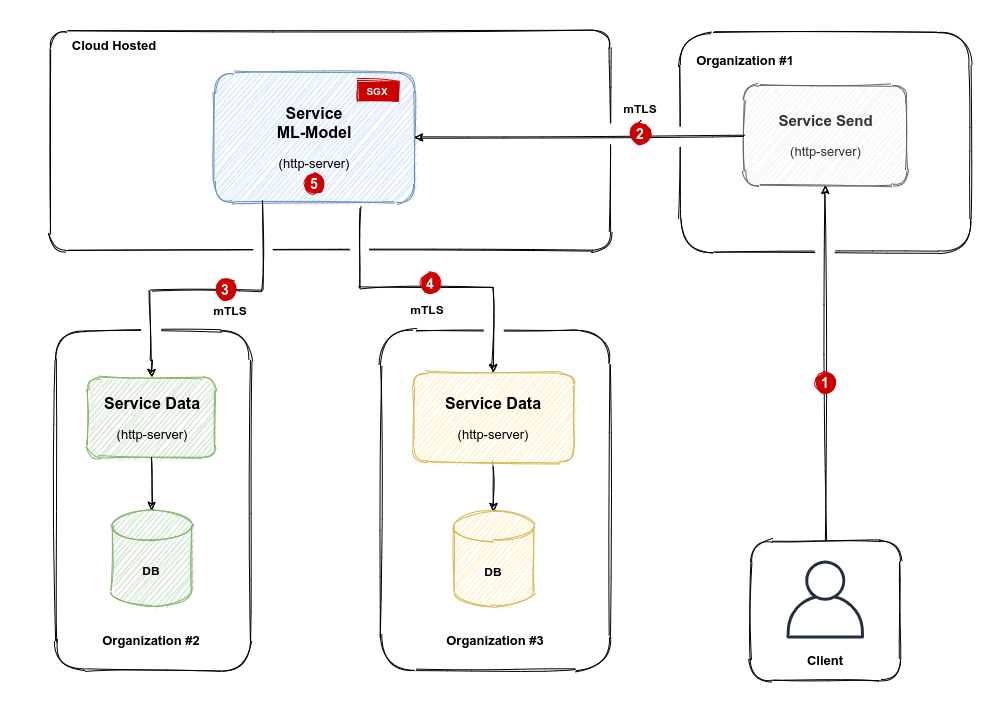
Above: img/Diagram.png in mirecl/sgxdemo (draw.io), before the change. Source tidied: cells renumbered, new cells last; positions are measured from the earlier drawing's top-left corner, leaving out a move shared by most shapes.
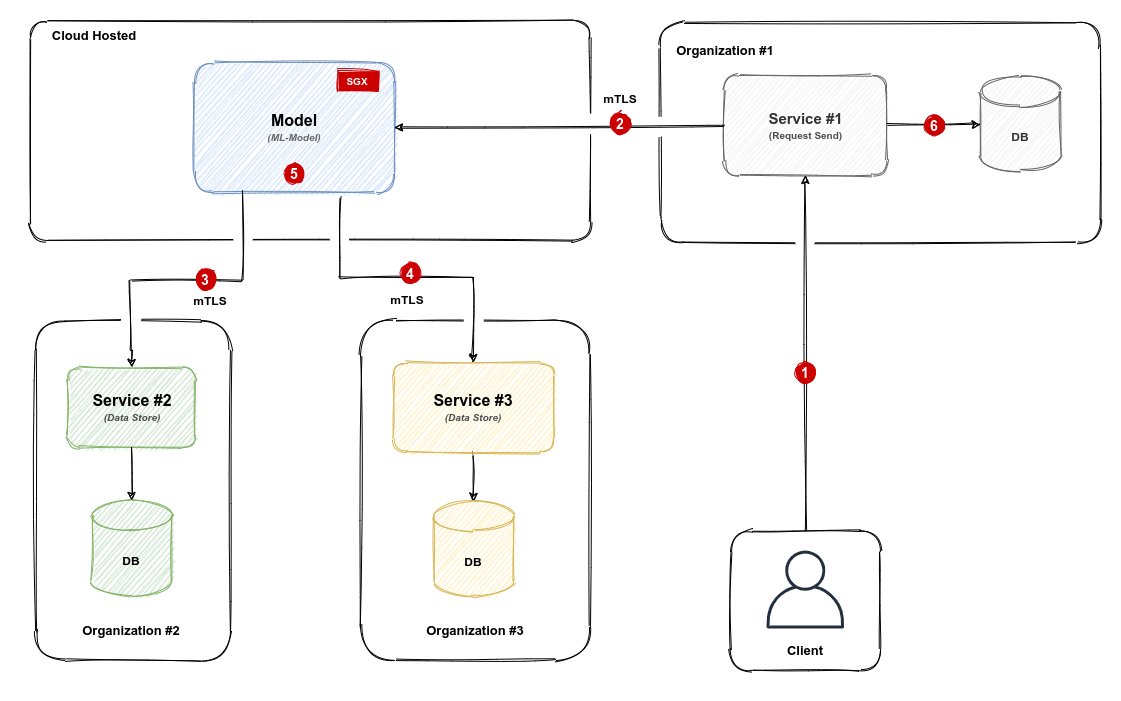
The same file after the commit.

Diff of the diagram source:
```diff
@@ -5,7 +5,7 @@
     <mxCell id="2" style="rounded=1;whiteSpace=wrap;html=1;sketch=1;arcSize=8;" parent="1" vertex="1">
       <mxGeometry x="50" y="30" width="560" height="220" as="geometry" />
     </mxCell>
-    <mxCell id="3" value="&lt;b style=&quot;font-size: 16px&quot;&gt;Service&lt;/b&gt;&lt;br&gt;&lt;b style=&quot;font-size: 16px&quot;&gt;ML-Model&lt;/b&gt;&lt;br&gt;&lt;br&gt;&lt;font style=&quot;font-size: 13px&quot;&gt;(http-server)&lt;/font&gt;" style="rounded=1;whiteSpace=wrap;html=1;sketch=1;fillColor=#dae8fc;strokeColor=#6c8ebf;" parent="1" vertex="1">
+    <mxCell id="3" value="&lt;span style=&quot;font-size: 16px&quot;&gt;&lt;b&gt;Model&lt;/b&gt;&lt;/span&gt;&lt;br&gt;&lt;i&gt;&lt;b&gt;&lt;font style=&quot;font-size: 10px&quot; color=&quot;#666666&quot;&gt;(ML-Model)&lt;/font&gt;&lt;/b&gt;&lt;/i&gt;" style="rounded=1;whiteSpace=wrap;html=1;sketch=1;fillColor=#dae8fc;strokeColor=#6c8ebf;" parent="1" vertex="1">
       <mxGeometry x="214" y="72" width="200" height="130" as="geometry" />
     </mxCell>
     <mxCell id="4" value="&lt;font color=&quot;#ffffff&quot; size=&quot;1&quot;&gt;&lt;b&gt;SGX&lt;/b&gt;&lt;/font&gt;" style="text;html=1;align=center;verticalAlign=middle;whiteSpace=wrap;rounded=0;sketch=1;strokeColor=#CC0000;fillColor=#CC0000;gradientColor=#CC0000;" parent="1" vertex="1">
@@ -26,13 +26,13 @@
     <mxCell id="9" value="&lt;font style=&quot;font-size: 13px&quot;&gt;&lt;b&gt;Organization #3&lt;/b&gt;&lt;/font&gt;" style="text;html=1;strokeColor=none;fillColor=none;align=center;verticalAlign=middle;whiteSpace=wrap;rounded=0;sketch=1;" parent="1" vertex="1">
       <mxGeometry x="440" y="630" width="110" height="20" as="geometry" />
     </mxCell>
-    <mxCell id="10" value="&lt;b style=&quot;font-size: 16px&quot;&gt;Service&amp;nbsp;&lt;/b&gt;&lt;span style=&quot;font-size: 16px&quot;&gt;&lt;b&gt;Data&lt;/b&gt;&lt;/span&gt;&lt;br&gt;&lt;br&gt;&lt;font style=&quot;font-size: 13px&quot;&gt;(http-server)&lt;/font&gt;" style="rounded=1;whiteSpace=wrap;html=1;sketch=1;strokeColor=#82b366;fillColor=#d5e8d4;" parent="1" vertex="1">
+    <mxCell id="10" value="&lt;b style=&quot;font-size: 16px&quot;&gt;Service #2&lt;br&gt;&lt;/b&gt;&lt;b&gt;&lt;i&gt;&lt;font style=&quot;font-size: 10px&quot; color=&quot;#4d4d4d&quot;&gt;(Data Store)&lt;/font&gt;&lt;/i&gt;&lt;/b&gt;" style="rounded=1;whiteSpace=wrap;html=1;sketch=1;strokeColor=#82b366;fillColor=#d5e8d4;" parent="1" vertex="1">
       <mxGeometry x="87.5" y="377" width="127.5" height="80" as="geometry" />
     </mxCell>
     <mxCell id="11" style="edgeStyle=orthogonalEdgeStyle;rounded=0;sketch=1;jettySize=auto;html=1;entryX=0.5;entryY=0;entryDx=0;entryDy=0;entryPerimeter=0;strokeColor=#000000;" parent="1" edge="1" source="12" target="20">
       <mxGeometry relative="1" as="geometry" />
     </mxCell>
-    <mxCell id="12" value="&lt;b style=&quot;font-size: 16px&quot;&gt;Service&amp;nbsp;&lt;/b&gt;&lt;span style=&quot;font-size: 16px&quot;&gt;&lt;b&gt;Data&lt;/b&gt;&lt;/span&gt;&lt;br&gt;&lt;br&gt;&lt;font style=&quot;font-size: 13px&quot;&gt;(http-server)&lt;/font&gt;" style="rounded=1;whiteSpace=wrap;html=1;sketch=1;fillColor=#fff2cc;strokeColor=#d6b656;" parent="1" vertex="1">
+    <mxCell id="12" value="&lt;b style=&quot;font-size: 16px&quot;&gt;Service #3&lt;br&gt;&lt;/b&gt;&lt;b&gt;&lt;i&gt;&lt;font color=&quot;#4d4d4d&quot; style=&quot;font-size: 10px&quot;&gt;(Data Store)&lt;/font&gt;&lt;/i&gt;&lt;/b&gt;" style="rounded=1;whiteSpace=wrap;html=1;sketch=1;fillColor=#fff2cc;strokeColor=#d6b656;" parent="1" vertex="1">
       <mxGeometry x="413" y="372" width="160" height="90" as="geometry" />
     </mxCell>
     <mxCell id="13" value="&lt;b&gt;mTLS&lt;/b&gt;" style="text;html=1;strokeColor=none;fillColor=none;align=center;verticalAlign=middle;whiteSpace=wrap;rounded=0;sketch=1;" parent="1" vertex="1">
@@ -82,10 +82,10 @@
       <mxGeometry x="420" y="273" width="20" height="20" as="geometry" />
     </mxCell>
     <mxCell id="26" value="&lt;span style=&quot;color: rgba(0 , 0 , 0 , 0) ; font-family: monospace ; font-size: 0px&quot;&gt;&lt;br&gt;&lt;/span&gt;" style="rounded=0;whiteSpace=wrap;html=1;sketch=1;gradientColor=#CC0000;fillColor=none;strokeColor=none;" parent="1" vertex="1">
-      <mxGeometry width="1000" height="700" as="geometry" />
+      <mxGeometry x="20" y="10" width="1120" height="700" as="geometry" />
     </mxCell>
-    <mxCell id="27" style="rounded=1;whiteSpace=wrap;html=1;sketch=1;" parent="1" vertex="1">
-      <mxGeometry x="680" y="32" width="290" height="220" as="geometry" />
+    <mxCell id="27" style="rounded=1;whiteSpace=wrap;html=1;sketch=1;arcSize=11;" parent="1" vertex="1">
+      <mxGeometry x="680" y="32" width="440" height="220" as="geometry" />
     </mxCell>
     <mxCell id="28" style="group;" parent="1" vertex="1">
       <mxGeometry x="750" y="540" width="150" height="140" as="geometry" />
@@ -99,7 +99,7 @@
     <mxCell id="31" value="&lt;font style=&quot;font-size: 13px&quot;&gt;&lt;b&gt;Client&lt;/b&gt;&lt;/font&gt;" style="text;html=1;strokeColor=none;fillColor=none;align=center;verticalAlign=middle;whiteSpace=wrap;rounded=0;sketch=1;" parent="28" vertex="1">
       <mxGeometry x="20" y="110" width="110" height="20" as="geometry" />
     </mxCell>
-    <mxCell id="32" value="&lt;font&gt;&lt;b style=&quot;font-size: 15px&quot;&gt;Service Send&lt;/b&gt;&lt;br&gt;&lt;br&gt;&lt;font style=&quot;font-size: 13px&quot;&gt;(http-server)&lt;/font&gt;&lt;br&gt;&lt;/font&gt;" style="rounded=1;whiteSpace=wrap;html=1;sketch=1;fillColor=#f5f5f5;strokeColor=#666666;fontColor=#333333;" parent="1" vertex="1">
+    <mxCell id="32" value="&lt;font&gt;&lt;b style=&quot;font-size: 15px&quot;&gt;Service #1&lt;br&gt;&lt;/b&gt;&lt;b&gt;&lt;font style=&quot;font-size: 10px&quot; color=&quot;#4d4d4d&quot;&gt;(Request Send)&lt;/font&gt;&lt;/b&gt;&lt;br&gt;&lt;/font&gt;" style="rounded=1;whiteSpace=wrap;html=1;sketch=1;fillColor=#f5f5f5;strokeColor=#666666;fontColor=#333333;" parent="1" vertex="1">
       <mxGeometry x="743.5" y="85" width="163" height="100" as="geometry" />
     </mxCell>
     <mxCell id="33" style="ellipse;whiteSpace=wrap;html=1;sketch=1;gradientColor=none;strokeColor=none;" parent="1" vertex="1">
@@ -132,5 +132,14 @@
     <mxCell id="42" value="&lt;font style=&quot;font-size: 13px&quot;&gt;&lt;b&gt;Organization #1&lt;/b&gt;&lt;/font&gt;" style="text;html=1;strokeColor=none;fillColor=none;align=center;verticalAlign=middle;whiteSpace=wrap;rounded=0;sketch=1;" parent="1" vertex="1">
       <mxGeometry x="690" y="50" width="110" height="20" as="geometry" />
     </mxCell>
+    <mxCell id="43" value="&lt;b&gt;DB&lt;/b&gt;" style="shape=cylinder3;whiteSpace=wrap;html=1;boundedLbl=1;backgroundOutline=1;size=15;sketch=1;strokeColor=#666666;fillColor=#f5f5f5;fontColor=#333333;" parent="1" vertex="1">
+      <mxGeometry x="1000" y="86" width="80" height="95" as="geometry" />
+    </mxCell>
+    <mxCell id="44" style="endArrow=classic;html=1;exitX=1;exitY=0.5;exitDx=0;exitDy=0;sketch=1;" parent="1" edge="1" source="32" target="43">
+      <mxGeometry relative="1" as="geometry" />
+    </mxCell>
+    <mxCell id="45" value="&lt;font color=&quot;#ffffff&quot;&gt;&lt;span style=&quot;font-size: 14px&quot;&gt;&lt;b&gt;6&lt;/b&gt;&lt;/span&gt;&lt;/font&gt;" style="ellipse;whiteSpace=wrap;html=1;sketch=1;strokeColor=#CC0000;fillColor=#CC0000;gradientColor=#CC0000;" parent="1" vertex="1">
+      <mxGeometry x="944" y="125" width="20" height="20" as="geometry" />
+    </mxCell>
   </root>
 </mxGraphModel>
```
